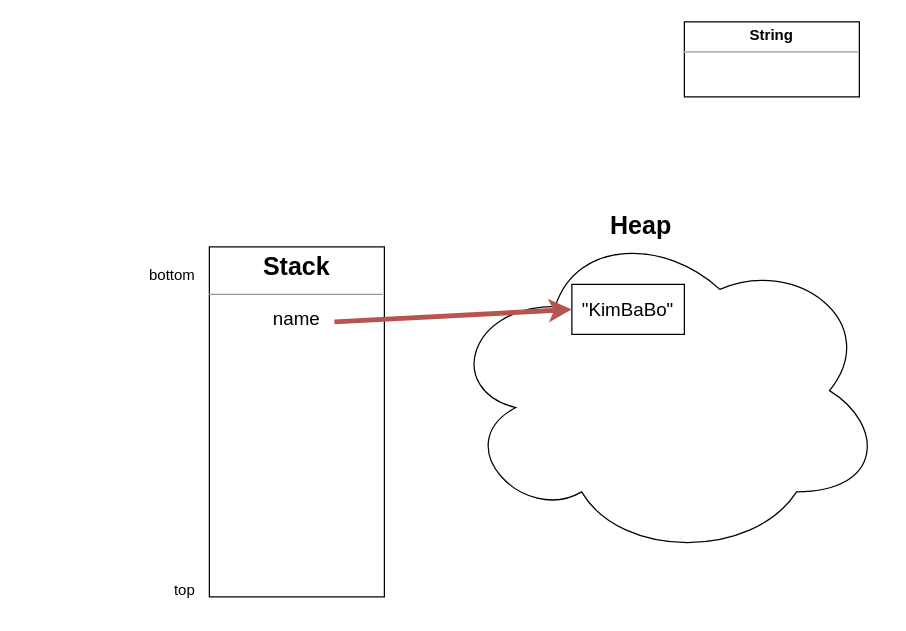
Earlier version of the draw.io diagram Unit2/제목 없는 다이어그램.drawio (NHNAcademy-2Team/CodeReview). Source tidied: cells renumbered, new cells numbered last; positions are measured from the earlier drawing's top-left corner, leaving out a move shared by most shapes. Both pictures are drawn from the tidied source at 125%, with x=0, y=0 at pixel (134, 21).
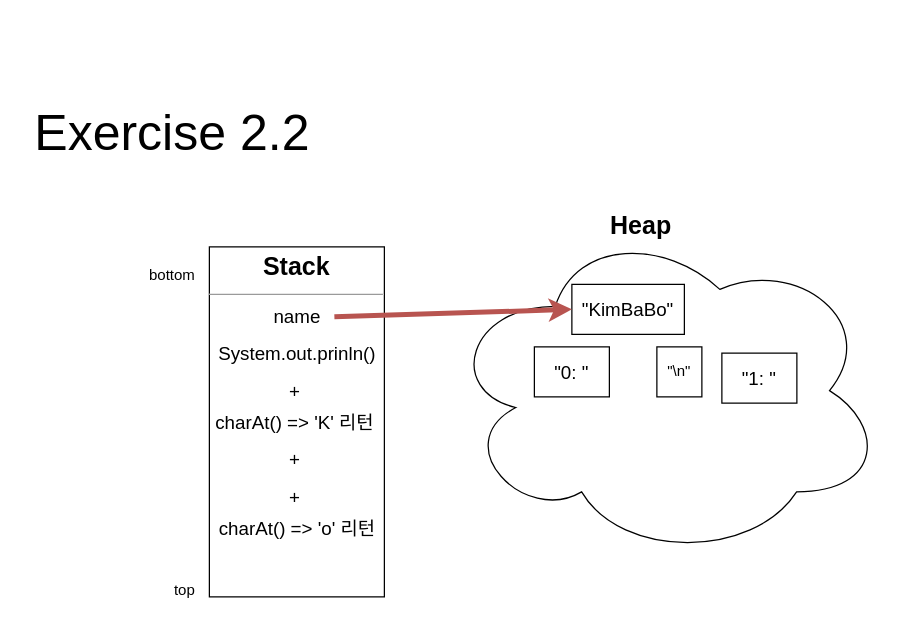
The same page after the edit.

Commit message (it also covers changes not shown here):
제목 없는 다이어그램.drawio 업데이트

The edit, as a diff of the source:
```diff
@@
 <mxGraphModel>
   <root>
     <mxCell id="0" />
     <mxCell id="1" parent="0" />
-    <mxCell id="2" value="&lt;p style=&quot;margin:0px;margin-top:4px;text-align:center;&quot;&gt;&lt;b&gt;String&lt;/b&gt;&lt;/p&gt;&lt;hr size=&quot;1&quot;&gt;&lt;div style=&quot;height:2px;&quot;&gt;&lt;/div&gt;" style="verticalAlign=top;align=left;overflow=fill;fontSize=12;fontFamily=Helvetica;html=1;whiteSpace=wrap;" parent="1" vertex="1">
-      <mxGeometry x="440" width="140" height="60" as="geometry" />
-    </mxCell>
-    <mxCell id="3" value="&lt;p style=&quot;margin: 4px 0px 0px; font-size: 20px;&quot;&gt;&lt;b style=&quot;&quot;&gt;&lt;font style=&quot;font-size: 20px;&quot;&gt;Stack&lt;/font&gt;&lt;/b&gt;&lt;/p&gt;&lt;hr style=&quot;font-size: 20px;&quot; size=&quot;1&quot;&gt;&lt;div style=&quot;height: 2px;&quot;&gt;&lt;font style=&quot;font-size: 15px;&quot;&gt;name&lt;/font&gt;&lt;/div&gt;" style="verticalAlign=top;align=center;overflow=fill;fontSize=12;fontFamily=Helvetica;html=1;whiteSpace=wrap;" parent="1" vertex="1">
+    <mxCell id="3" value="&lt;p style=&quot;margin: 4px 0px 0px; font-size: 20px;&quot;&gt;&lt;b style=&quot;&quot;&gt;&lt;font style=&quot;font-size: 20px;&quot;&gt;Stack&lt;/font&gt;&lt;/b&gt;&lt;/p&gt;&lt;hr style=&quot;font-size: 20px;&quot; size=&quot;1&quot;&gt;&lt;div style=&quot;height: 2px;&quot;&gt;&lt;br&gt;&lt;/div&gt;" style="verticalAlign=top;align=center;overflow=fill;fontSize=12;fontFamily=Helvetica;html=1;whiteSpace=wrap;" parent="1" vertex="1">
       <mxGeometry x="60" y="180" width="140" height="280" as="geometry" />
     </mxCell>
     <mxCell id="4" style="ellipse;shape=cloud;whiteSpace=wrap;html=1;" parent="1" vertex="1">
       <mxGeometry x="249" y="160" width="351" height="270" as="geometry" />
     </mxCell>
     <mxCell id="5" value="bottom" style="text;html=1;align=center;verticalAlign=middle;strokeColor=none;fillColor=none;" parent="1" vertex="1">
       <mxGeometry y="188" width="60" height="30" as="geometry" />
     </mxCell>
     <mxCell id="6" value="top" style="text;html=1;align=center;verticalAlign=middle;strokeColor=none;fillColor=none;" parent="1" vertex="1">
       <mxGeometry x="20" y="440" width="40" height="30" as="geometry" />
     </mxCell>
     <mxCell id="7" value="&lt;font style=&quot;font-size: 15px;&quot;&gt;&quot;KimBaBo&quot;&lt;/font&gt;" style="whiteSpace=wrap;html=1;" parent="1" vertex="1">
       <mxGeometry x="350" y="210" width="90" height="40" as="geometry" />
     </mxCell>
     <mxCell id="8" value="&lt;h2&gt;&lt;font style=&quot;font-size: 20px;&quot;&gt;Heap&lt;/font&gt;&lt;/h2&gt;" style="text;html=1;align=center;verticalAlign=middle;strokeColor=none;fillColor=none;" parent="1" vertex="1">
       <mxGeometry x="370" y="128" width="70" height="70" as="geometry" />
     </mxCell>
-    <mxCell id="9" style="endArrow=classic;html=1;rounded=0;entryX=0;entryY=0.5;entryDx=0;entryDy=0;fillColor=#f8cecc;strokeColor=#b85450;strokeWidth=4;" parent="1" edge="1" target="7">
-      <mxGeometry relative="1" as="geometry">
-        <mxPoint x="160" y="240" as="sourcePoint" />
-      </mxGeometry>
+    <mxCell id="9" style="endArrow=classic;html=1;rounded=0;entryX=0;entryY=0.5;entryDx=0;entryDy=0;fillColor=#f8cecc;strokeColor=#b85450;strokeWidth=4;exitX=1;exitY=0.533;exitDx=0;exitDy=0;exitPerimeter=0;" parent="1" edge="1" source="10" target="7">
+      <mxGeometry relative="1" as="geometry" />
     </mxCell>
+    <mxCell id="10" value="&lt;font style=&quot;font-size: 15px;&quot;&gt;name&lt;/font&gt;" style="text;html=1;align=center;verticalAlign=middle;points=[];strokeColor=none;fillColor=none;" parent="1" vertex="1">
+      <mxGeometry x="100" y="220" width="60" height="30" as="geometry" />
+    </mxCell>
+    <mxCell id="11" value="&lt;span style=&quot;font-size: 15px;&quot;&gt;System.out.prinln()&lt;/span&gt;" style="text;html=1;align=center;verticalAlign=middle;strokeColor=none;fillColor=none;" parent="1" vertex="1">
+      <mxGeometry x="55" y="250" width="150" height="30" as="geometry" />
+    </mxCell>
+    <mxCell id="12" value="&lt;font style=&quot;font-size: 15px;&quot;&gt;&quot;0: &quot;&lt;/font&gt;" style="whiteSpace=wrap;html=1;" parent="1" vertex="1">
+      <mxGeometry x="320" y="260" width="60" height="40" as="geometry" />
+    </mxCell>
+    <mxCell id="13" value="&quot;\n&quot;" style="whiteSpace=wrap;html=1;" parent="1" vertex="1">
+      <mxGeometry x="418" y="260" width="36" height="40" as="geometry" />
+    </mxCell>
+    <mxCell id="14" value="&lt;span style=&quot;font-size: 15px;&quot;&gt;+&lt;/span&gt;" style="text;html=1;align=center;verticalAlign=middle;strokeColor=none;fillColor=none;" parent="1" vertex="1">
+      <mxGeometry x="113" y="280" width="30" height="30" as="geometry" />
+    </mxCell>
+    <mxCell id="15" value="&lt;span style=&quot;font-size: 15px;&quot;&gt;charAt() =&amp;gt; 'K'&amp;nbsp;리턴&lt;/span&gt;" style="text;html=1;align=center;verticalAlign=middle;strokeColor=none;fillColor=none;" parent="1" vertex="1">
+      <mxGeometry x="53" y="305" width="150" height="30" as="geometry" />
+    </mxCell>
+    <mxCell id="16" value="&lt;span style=&quot;font-size: 15px;&quot;&gt;+&lt;/span&gt;" style="text;html=1;align=center;verticalAlign=middle;strokeColor=none;fillColor=none;" parent="1" vertex="1">
+      <mxGeometry x="113" y="335" width="30" height="30" as="geometry" />
+    </mxCell>
+    <mxCell id="17" value="&lt;span style=&quot;font-size: 15px;&quot;&gt;+&lt;/span&gt;" style="text;html=1;align=center;verticalAlign=middle;strokeColor=none;fillColor=none;" parent="1" vertex="1">
+      <mxGeometry x="113" y="365" width="30" height="30" as="geometry" />
+    </mxCell>
+    <mxCell id="18" value="&lt;font style=&quot;font-size: 15px;&quot;&gt;&quot;1: &quot;&lt;/font&gt;" style="whiteSpace=wrap;html=1;" parent="1" vertex="1">
+      <mxGeometry x="470" y="265" width="60" height="40" as="geometry" />
+    </mxCell>
+    <mxCell id="19" value="&lt;span style=&quot;font-size: 15px;&quot;&gt;charAt() =&amp;gt; 'o'&amp;nbsp;리턴&lt;/span&gt;" style="text;html=1;align=center;verticalAlign=middle;strokeColor=none;fillColor=none;" parent="1" vertex="1">
+      <mxGeometry x="55" y="390" width="150" height="30" as="geometry" />
+    </mxCell>
+    <mxCell id="20" value="&lt;font style=&quot;font-size: 40px;&quot;&gt;Exercise 2.2&lt;/font&gt;" style="text;html=1;align=center;verticalAlign=middle;strokeColor=none;fillColor=none;" parent="1" vertex="1">
+      <mxGeometry x="-90" y="58" width="240" height="60" as="geometry" />
+    </mxCell>
   </root>
 </mxGraphModel>
```
